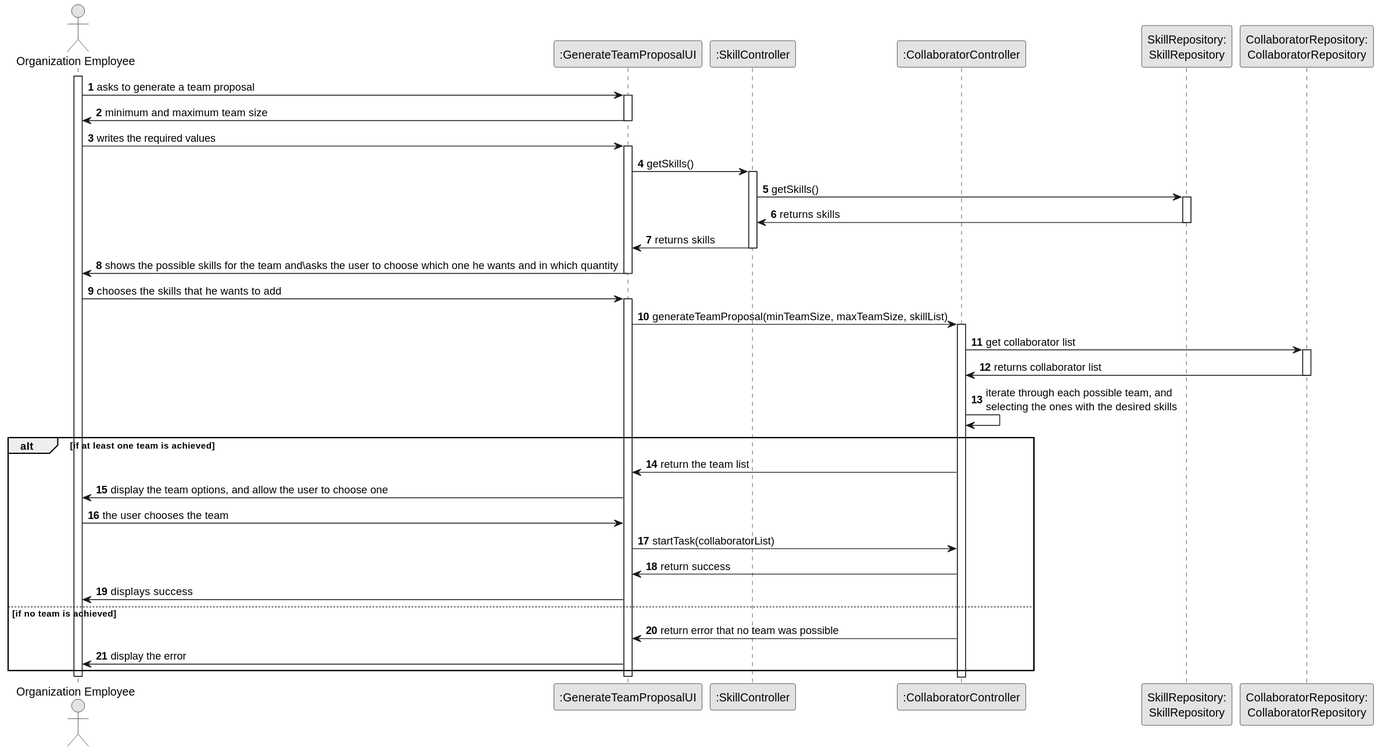
Earlier version of the PlantUML export docs/sprintB/us005/03.design/svg/us005-sequence-diagram-full.svg (RicardoMorim/lapr2-ISEP-Project). The source it was exported from:
```plantuml
@startuml
skinparam monochrome true
skinparam packageStyle rectangle
skinparam shadowing false

autonumber

actor "Organization Employee" as ADM
participant ":GenerateTeamProposalUI" as UI
participant ":SkillController" as SkillCTRL
participant ":CollaboratorController" as CollaboratorCTRL
participant "SkillRepository:\nSkillRepository" as SkillRepository
participant "CollaboratorRepository:\nCollaboratorRepository" as CollaboratorRepository

activate ADM
    ADM -> UI : asks to generate a team proposal
    activate UI
        UI -> ADM: minimum and maximum team size
    deactivate UI
    ADM -> UI : writes the required values

    activate UI


        UI -> SkillCTRL: getSkills()
        activate SkillCTRL
            SkillCTRL -> SkillRepository: getSkills()
            activate SkillRepository
                SkillRepository -> SkillCTRL: returns skills
            deactivate SkillRepository

            SkillCTRL -> UI: returns skills
            deactivate SkillCTRL

        UI -> ADM: shows the possible skills for the team and\asks the user to choose which one he wants and in which quantity
    deactivate UI
    ADM -> UI: chooses the skills that he wants to add

    activate UI

            UI -> CollaboratorCTRL: generateTeamProposal(minTeamSize, maxTeamSize, skillList)
            activate CollaboratorCTRL

               CollaboratorCTRL -> CollaboratorRepository: get collaborator list
               activate CollaboratorRepository
                    CollaboratorRepository -> CollaboratorCTRL: returns collaborator list
               deactivate CollaboratorRepository
               CollaboratorCTRL -> CollaboratorCTRL: iterate through each possible team, and\nselecting the ones with the desired skills
               alt if at least one team is achieved
                    CollaboratorCTRL -> UI: return the team list
                    UI -> ADM: display the team options, and allow the user to choose one
                    ADM -> UI:  the user chooses the team
                    UI -> CollaboratorCTRL: startTask(collaboratorList)
                    CollaboratorCTRL -> UI: return success
                    UI -> ADM: displays success
               else if no team is achieved
                    CollaboratorCTRL -> UI: return error that no team was possible
                    UI -> ADM: display the error
                end





    deactivate UI
deactivate ADM
@enduml
```
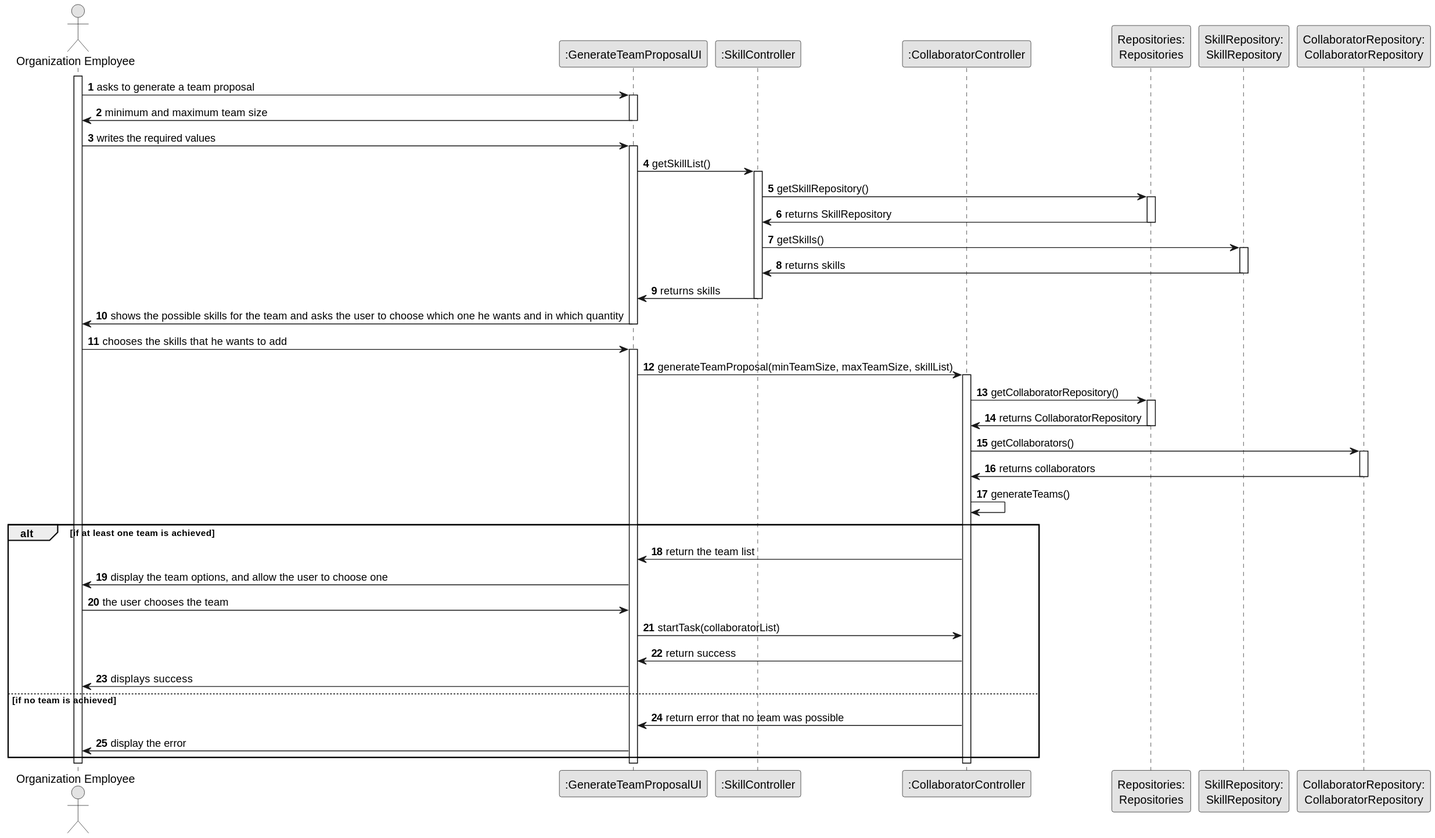
After the change.

The edit, as a diff of the source:
```diff
@@ -9,6 +9,7 @@
 participant ":GenerateTeamProposalUI" as UI
 participant ":SkillController" as SkillCTRL
 participant ":CollaboratorController" as CollaboratorCTRL
+participant "Repositories:\nRepositories" as Repos
 participant "SkillRepository:\nSkillRepository" as SkillRepository
 participant "CollaboratorRepository:\nCollaboratorRepository" as CollaboratorRepository
 
@@ -20,32 +21,36 @@
     ADM -> UI : writes the required values
 
     activate UI
-
-
-        UI -> SkillCTRL: getSkills()
+        UI -> SkillCTRL: getSkillList()
         activate SkillCTRL
+            SkillCTRL -> Repos: getSkillRepository()
+            activate Repos
+                Repos -> SkillCTRL: returns SkillRepository
+            deactivate Repos
             SkillCTRL -> SkillRepository: getSkills()
             activate SkillRepository
                 SkillRepository -> SkillCTRL: returns skills
             deactivate SkillRepository
+            SkillCTRL -> UI: returns skills
+        deactivate SkillCTRL
 
-            SkillCTRL -> UI: returns skills
-            deactivate SkillCTRL
-
-        UI -> ADM: shows the possible skills for the team and\asks the user to choose which one he wants and in which quantity
+        UI -> ADM: shows the possible skills for the team and asks the user to choose which one he wants and in which quantity
     deactivate UI
     ADM -> UI: chooses the skills that he wants to add
 
     activate UI
+        UI -> CollaboratorCTRL: generateTeamProposal(minTeamSize, maxTeamSize, skillList)
+        activate CollaboratorCTRL
+            CollaboratorCTRL -> Repos: getCollaboratorRepository()
+            activate Repos
+                Repos -> CollaboratorCTRL: returns CollaboratorRepository
+            deactivate Repos
+            CollaboratorCTRL -> CollaboratorRepository: getCollaborators()
+            activate CollaboratorRepository
+                CollaboratorRepository -> CollaboratorCTRL: returns collaborators
+            deactivate CollaboratorRepository
+            CollaboratorCTRL -> CollaboratorCTRL: generateTeams()
 
-            UI -> CollaboratorCTRL: generateTeamProposal(minTeamSize, maxTeamSize, skillList)
-            activate CollaboratorCTRL
-
-               CollaboratorCTRL -> CollaboratorRepository: get collaborator list
-               activate CollaboratorRepository
-                    CollaboratorRepository -> CollaboratorCTRL: returns collaborator list
-               deactivate CollaboratorRepository
-               CollaboratorCTRL -> CollaboratorCTRL: iterate through each possible team, and\nselecting the ones with the desired skills
                alt if at least one team is achieved
                     CollaboratorCTRL -> UI: return the team list
                     UI -> ADM: display the team options, and allow the user to choose one
@@ -57,11 +62,7 @@
                     CollaboratorCTRL -> UI: return error that no team was possible
                     UI -> ADM: display the error
                 end
-
-
-
-
-
+        deactivate CollaboratorCTRL
     deactivate UI
 deactivate ADM
 @enduml
```
